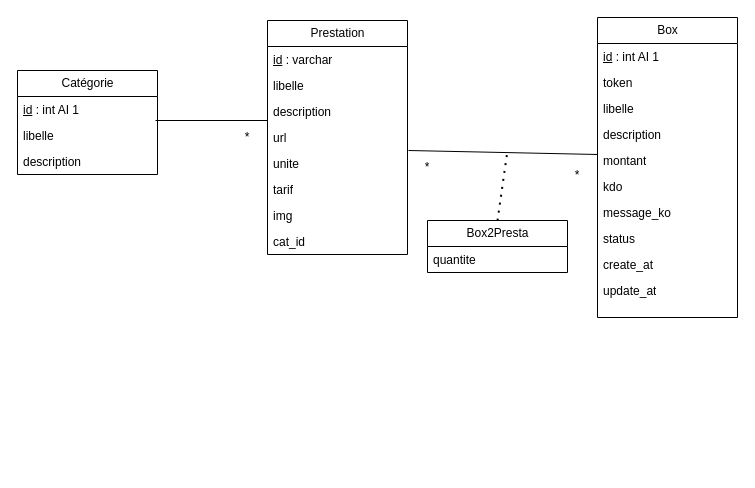
Before: Untitled Diagram.drawio in ElianThe/MyGiftBox_Guiffault_Vavasseur, a draw.io diagram. Source tidied: cells renumbered, new cells numbered last; positions are measured from the earlier drawing's top-left corner, leaving out a move shared by most shapes. Both pictures are drawn from the tidied source at 100%, with x=0, y=0 at pixel (17, 17).
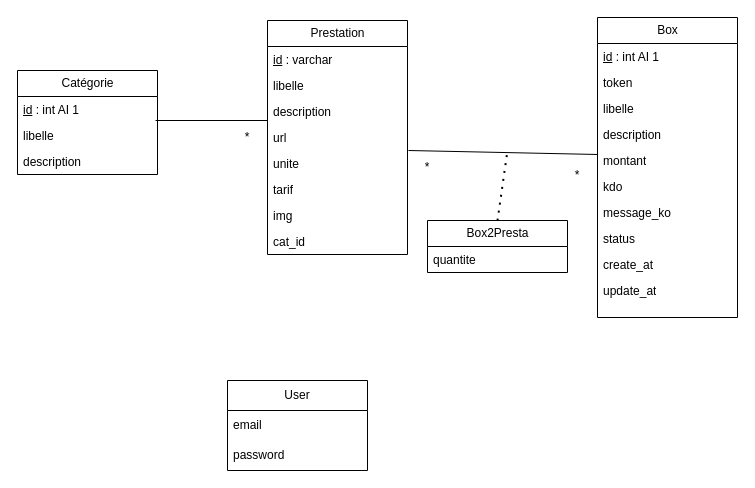
The same diagram, later.

Diff of the diagram source:
```diff
@@
+    <mxCell id="34" value="User" style="swimlane;fontStyle=0;horizontal=1;startSize=30;whiteSpace=wrap;html=1;" parent="1" vertex="1">
+      <mxGeometry x="210" y="363" width="140" height="90" as="geometry" />
+    </mxCell>
+    <mxCell id="35" value="email" style="text;strokeColor=none;fillColor=none;align=left;verticalAlign=middle;spacingLeft=4;spacingRight=4;overflow=hidden;whiteSpace=wrap;html=1;" parent="34" vertex="1">
+      <mxGeometry y="30" width="140" height="30" as="geometry" />
+    </mxCell>
+    <mxCell id="36" value="password" style="text;strokeColor=none;fillColor=none;align=left;verticalAlign=middle;spacingLeft=4;spacingRight=4;overflow=hidden;whiteSpace=wrap;html=1;" parent="34" vertex="1">
+      <mxGeometry y="60" width="140" height="30" as="geometry" />
+    </mxCell>
```
